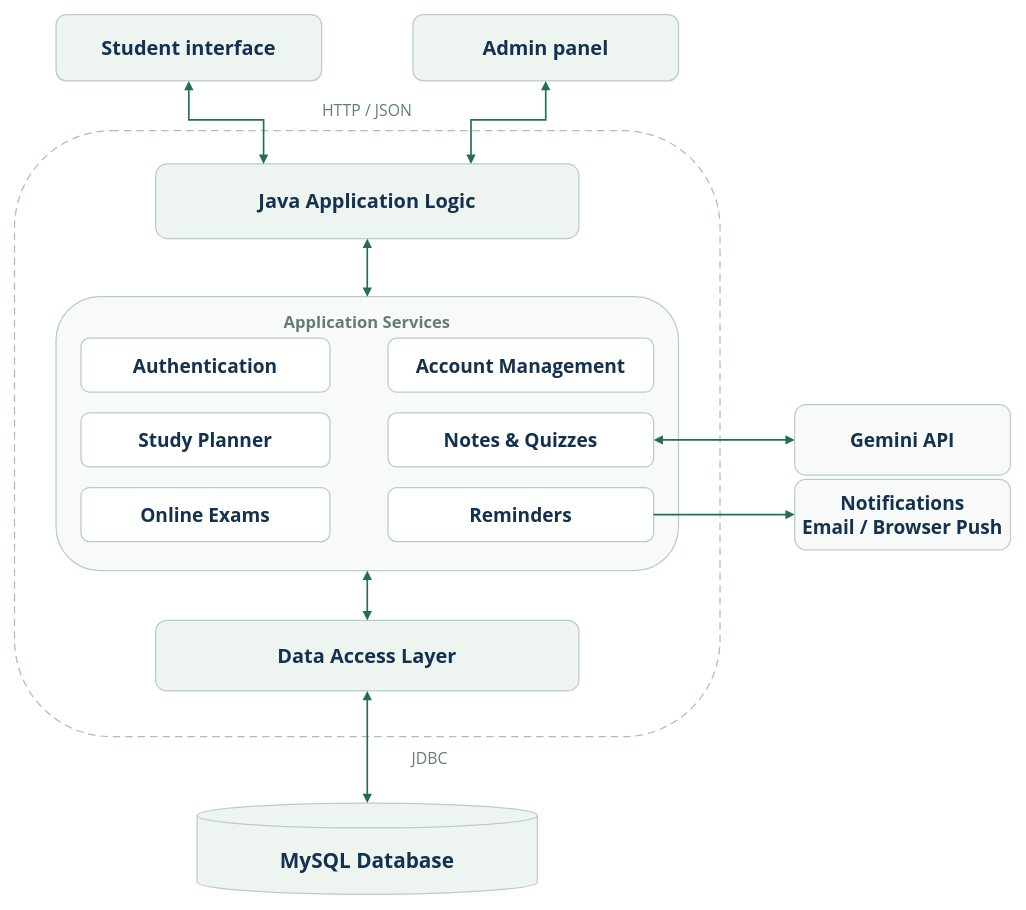
Above: docs/architecture.drawio in sanjidaanika-star/Softnote-Daily-planner-Reminder-system (draw.io), before the change. Source tidied: cells renumbered, new cells numbered last; positions are measured from the earlier drawing's top-left corner, leaving out a move shared by most shapes. Both pictures are drawn from the tidied source at 83%, with x=0, y=0 at pixel (14, 14).
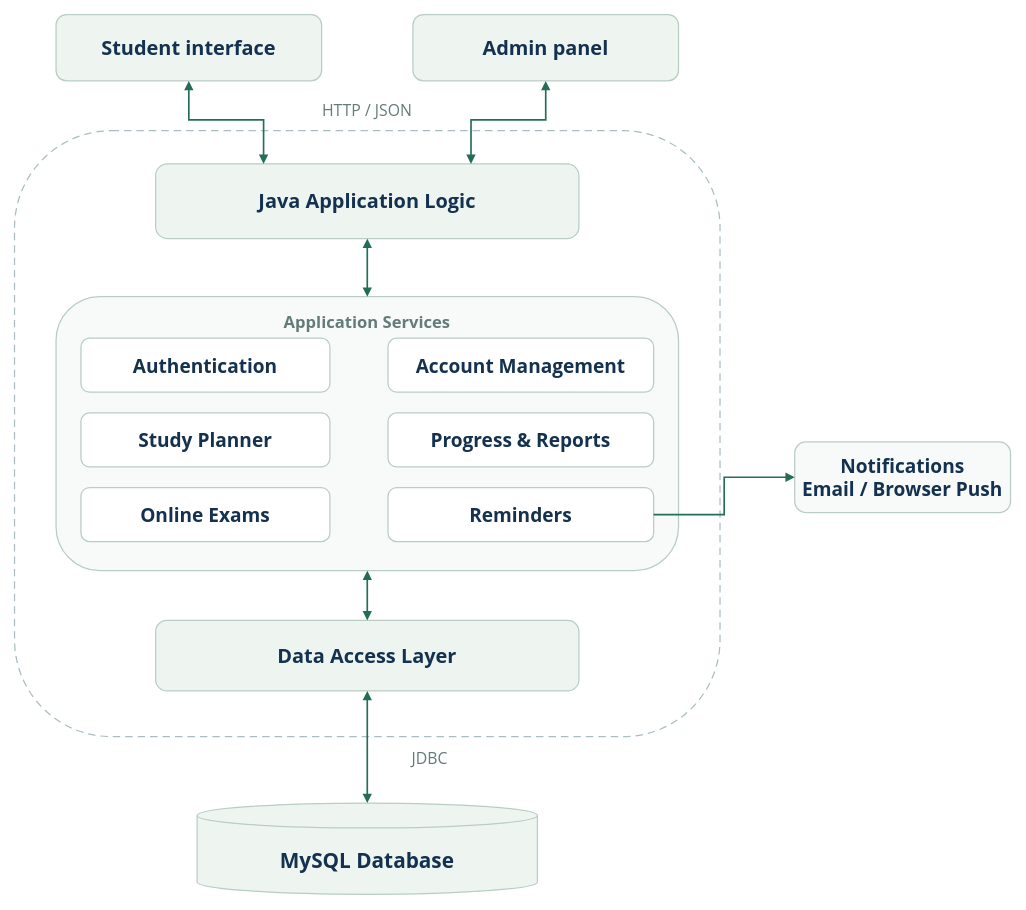
The same diagram, later.

The change refers to these unchanged cells:
```xml
<mxCell id="6" value="Application Services" style="rounded=1;arcSize=16;whiteSpace=wrap;html=0;fillColor=#eef5f1;strokeColor=#b9cdc5;strokeWidth=1.5;fontColor=#14324f;fontSize=24;fontFamily=Segoe UI;fontStyle=1;fillColor=#f7faf8;fontSize=20;fontColor=#657b79;verticalAlign=top;spacingTop=12;" parent="4" vertex="1">
  <mxGeometry x="50" y="200" width="750" height="330" as="geometry" />
</mxCell>
```

Diff of the diagram source:
```diff
@@
-    <mxCell id="10" value="Notes &amp; Quizzes" style="rounded=1;arcSize=16;whiteSpace=wrap;html=0;fillColor=#eef5f1;strokeColor=#b9cdc5;strokeWidth=1.5;fontColor=#14324f;fontSize=24;fontFamily=Segoe UI;fontStyle=1;fillColor=#ffffff;fontSize=23;" parent="6" vertex="1">
-      <mxGeometry x="400" y="140" width="320" height="65" as="geometry" />
-    </mxCell>
+    <mxCell id="26" value="Progress &amp; Reports" style="rounded=1;arcSize=16;whiteSpace=wrap;html=0;fillColor=#eef5f1;strokeColor=#b9cdc5;strokeWidth=1.5;fontColor=#14324f;fontSize=24;fontFamily=Segoe UI;fontStyle=1;fillColor=#ffffff;fontSize=23;" parent="6" vertex="1">
+      <mxGeometry x="400" y="140" width="320" height="65" as="geometry" />
+    </mxCell>
@@
-    <mxCell id="15" value="Gemini API" style="rounded=1;arcSize=16;whiteSpace=wrap;html=0;fillColor=#eef5f1;strokeColor=#b9cdc5;strokeWidth=1.5;fontColor=#14324f;fontSize=24;fontFamily=Segoe UI;fontStyle=1;fillColor=#f7faf8;fontSize=23;" parent="1" vertex="1">
-      <mxGeometry x="940" y="470" width="260" height="85" as="geometry" />
-    </mxCell>
     <mxCell id="16" value="Notifications&#10;Email / Browser Push" style="rounded=1;arcSize=16;whiteSpace=wrap;html=0;fillColor=#eef5f1;strokeColor=#b9cdc5;strokeWidth=1.5;fontColor=#14324f;fontSize=24;fontFamily=Segoe UI;fontStyle=1;fillColor=#f7faf8;fontSize=23;" parent="1" vertex="1">
-      <mxGeometry x="940" y="560" width="260" height="85" as="geometry" />
+      <mxGeometry x="940" y="515" width="260" height="85" as="geometry" />
     </mxCell>
@@
-    <mxCell id="24" style="edgeStyle=orthogonalEdgeStyle;rounded=0;html=0;strokeColor=#236d59;strokeWidth=2;endArrow=block;endFill=1;exitX=1;exitY=0.5;entryX=0;entryY=0.5;startArrow=block;startFill=1;" parent="1" edge="1" source="10" target="15">
-      <mxGeometry relative="1" as="geometry" />
-    </mxCell>
```
